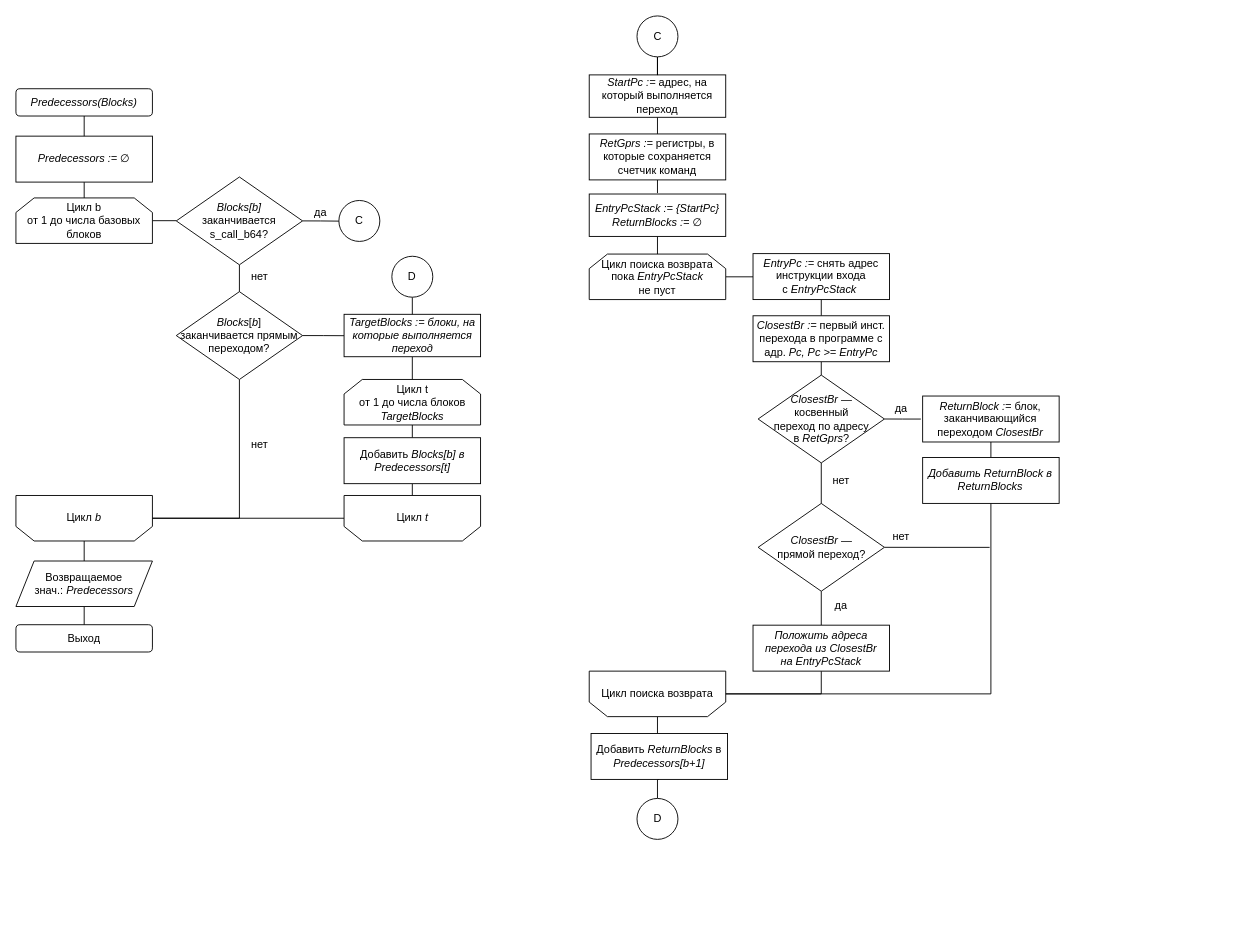
Before: diagrams/alg-cfg.drawio in timlathy/itmo-bachelor-thesis, a draw.io diagram. Source tidied: cells renumbered, new cells numbered last; positions are measured from the earlier drawing's top-left corner, leaving out a move shared by most shapes. Both pictures are drawn from the tidied source at 91%, with x=0, y=0 at pixel (15, 15).
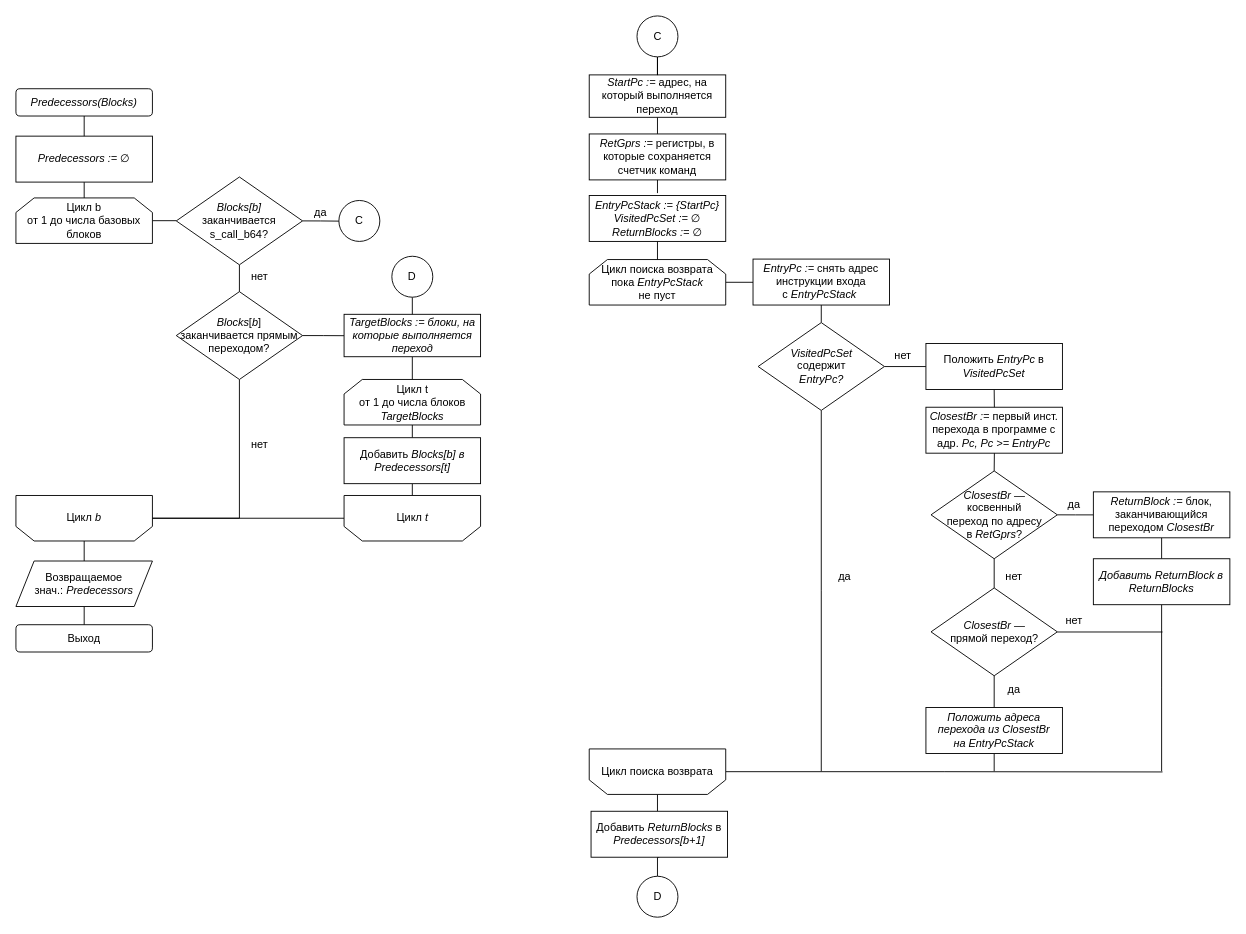
The same diagram, later.

What changed in the source:
```diff
@@
     <mxCell id="19" value="Цикл поиска возврата&lt;br&gt;пока&amp;nbsp;&lt;i&gt;EntryPcStack&lt;/i&gt;&lt;i&gt;&lt;br&gt;&lt;/i&gt;не пуст" style="shape=loopLimit;whiteSpace=wrap;html=1;" parent="1" vertex="1">
-      <mxGeometry x="630" y="261.7" width="150" height="50" as="geometry" />
+      <mxGeometry x="630" y="267.7" width="150" height="50" as="geometry" />
     </mxCell>
-    <mxCell id="20" style="edgeStyle=orthogonalEdgeStyle;rounded=0;jettySize=auto;html=1;exitX=0.5;exitY=1;exitDx=0;exitDy=0;entryX=0.5;entryY=0;entryDx=0;entryDy=0;endArrow=none;endFill=0;" parent="1" edge="1" source="21" target="30">
-      <mxGeometry relative="1" as="geometry" />
-    </mxCell>
+    <mxCell id="68" style="edgeStyle=orthogonalEdgeStyle;rounded=0;jettySize=auto;html=1;exitX=0.5;exitY=1;exitDx=0;exitDy=0;entryX=0.5;entryY=0;entryDx=0;entryDy=0;endArrow=none;endFill=0;" parent="1" edge="1" source="21" target="75">
+      <mxGeometry relative="1" as="geometry" />
+    </mxCell>
     <mxCell id="21" value="&lt;i&gt;EntryPc := &lt;/i&gt;снять адрес инструкции входа с&lt;i&gt;&amp;nbsp;&lt;/i&gt;&lt;i&gt;EntryPcStack&lt;/i&gt;&lt;i&gt;&amp;nbsp;&lt;br&gt;&lt;/i&gt;" style="rounded=0;whiteSpace=wrap;html=1;" parent="1" vertex="1">
-      <mxGeometry x="810" y="261.2" width="150" height="50.5" as="geometry" />
+      <mxGeometry x="810" y="267.2" width="150" height="50.5" as="geometry" />
     </mxCell>
@@
     <mxCell id="23" style="edgeStyle=orthogonalEdgeStyle;rounded=0;jettySize=auto;html=1;exitX=1;exitY=0.5;exitDx=0;exitDy=0;entryX=0;entryY=0.5;entryDx=0;entryDy=0;endArrow=none;endFill=0;" parent="1" edge="1" source="24">
       <mxGeometry relative="1" as="geometry">
-        <mxPoint x="994.4" y="443" as="targetPoint" />
+        <mxPoint x="1184.4" y="548.3" as="targetPoint" />
       </mxGeometry>
     </mxCell>
     <mxCell id="24" value="&lt;i&gt;ClosestBr —&lt;br&gt;&lt;/i&gt;косвенный&lt;br&gt;переход по адресу&lt;br&gt;в &lt;i&gt;RetGprs&lt;/i&gt;?" style="rhombus;whiteSpace=wrap;html=1;" parent="1" vertex="1">
-      <mxGeometry x="815.6" y="394.7" width="138.8" height="96.5" as="geometry" />
+      <mxGeometry x="1005.6" y="500" width="138.8" height="96.5" as="geometry" />
     </mxCell>
@@
-    <mxCell id="27" style="edgeStyle=orthogonalEdgeStyle;rounded=0;jettySize=auto;html=1;exitX=0.5;exitY=1;exitDx=0;exitDy=0;entryX=0.5;entryY=0;entryDx=0;entryDy=0;endArrow=none;endFill=0;" parent="1" edge="1" source="28" target="19">
-      <mxGeometry relative="1" as="geometry" />
+    <mxCell id="27" style="edgeStyle=orthogonalEdgeStyle;rounded=0;jettySize=auto;html=1;exitX=0.5;exitY=1;exitDx=0;exitDy=0;entryX=0.5;entryY=0;entryDx=0;entryDy=0;endArrow=none;endFill=0;" parent="1" edge="1" target="19">
+      <mxGeometry relative="1" as="geometry">
+        <mxPoint x="705" y="242.3" as="sourcePoint" />
+      </mxGeometry>
     </mxCell>
-    <mxCell id="28" value="&lt;i&gt;EntryPcStack := {StartPc}&lt;/i&gt;&lt;i&gt;&lt;br&gt;ReturnBlocks :=&amp;nbsp;&lt;/i&gt;∅&lt;i&gt;&lt;br&gt;&lt;/i&gt;" style="rounded=0;whiteSpace=wrap;html=1;" parent="1" vertex="1">
-      <mxGeometry x="630" y="195.7" width="150" height="46.6" as="geometry" />
-    </mxCell>
-    <mxCell id="29" style="edgeStyle=orthogonalEdgeStyle;rounded=0;jettySize=auto;html=1;exitX=0.5;exitY=1;exitDx=0;exitDy=0;entryX=0.5;entryY=0;entryDx=0;entryDy=0;endArrow=none;endFill=0;" parent="1" edge="1" source="30" target="24">
-      <mxGeometry relative="1" as="geometry" />
+    <mxCell id="29" style="edgeStyle=orthogonalEdgeStyle;rounded=0;jettySize=auto;html=1;exitX=0.5;exitY=1;exitDx=0;exitDy=0;entryX=0.5;entryY=0;entryDx=0;entryDy=0;endArrow=none;endFill=0;" parent="1" edge="1" target="24">
+      <mxGeometry relative="1" as="geometry">
+        <mxPoint x="1075" y="410.5" as="sourcePoint" />
+      </mxGeometry>
     </mxCell>
-    <mxCell id="30" value="&lt;i&gt;ClosestBr := &lt;/i&gt;первый инст. перехода в программе&amp;nbsp;с адр.&lt;i&gt;&amp;nbsp;Pc, Pc &amp;gt;= EntryPc&lt;br&gt;&lt;/i&gt;" style="rounded=0;whiteSpace=wrap;html=1;" parent="1" vertex="1">
-      <mxGeometry x="810" y="329.5" width="150" height="50.5" as="geometry" />
-    </mxCell>
-    <mxCell id="31" style="edgeStyle=orthogonalEdgeStyle;rounded=0;jettySize=auto;html=1;exitX=0.5;exitY=1;exitDx=0;exitDy=0;endArrow=none;endFill=0;entryX=1;entryY=0.5;entryDx=0;entryDy=0;" parent="1" edge="1" source="32" target="36">
-      <mxGeometry relative="1" as="geometry">
-        <Array as="points">
-          <mxPoint x="885" y="745" />
-        </Array>
-      </mxGeometry>
-    </mxCell>
+    <mxCell id="69" style="edgeStyle=orthogonalEdgeStyle;rounded=0;jettySize=auto;html=1;exitX=0.5;exitY=1;exitDx=0;exitDy=0;endArrow=none;endFill=0;" parent="1" edge="1" source="32">
+      <mxGeometry relative="1" as="geometry">
+        <mxPoint x="1075" y="830" as="targetPoint" />
+      </mxGeometry>
+    </mxCell>
     <mxCell id="32" value="&lt;i&gt;Положить адреса перехода из ClosestBr&lt;br&gt;на EntryPcStack&lt;br&gt;&lt;/i&gt;" style="rounded=0;whiteSpace=wrap;html=1;" parent="1" vertex="1">
-      <mxGeometry x="810" y="669.5" width="150" height="50.5" as="geometry" />
+      <mxGeometry x="1000" y="760" width="150" height="50.5" as="geometry" />
     </mxCell>
@@
     <mxCell id="34" value="&lt;i&gt;ReturnBlock := &lt;/i&gt;блок, заканчивающийся переходом&lt;i&gt; ClosestBr&lt;br&gt;&lt;/i&gt;" style="rounded=0;whiteSpace=wrap;html=1;" parent="1" vertex="1">
-      <mxGeometry x="996.4" y="417.7" width="150" height="50.5" as="geometry" />
+      <mxGeometry x="1184" y="523" width="150" height="50.5" as="geometry" />
     </mxCell>
     <mxCell id="35" style="edgeStyle=orthogonalEdgeStyle;rounded=0;jettySize=auto;html=1;exitX=0.5;exitY=1;exitDx=0;exitDy=0;entryX=0.5;entryY=0;entryDx=0;entryDy=0;endArrow=none;endFill=0;" parent="1" edge="1" source="36">
       <mxGeometry relative="1" as="geometry">
-        <mxPoint x="705" y="788.5" as="targetPoint" />
+        <mxPoint x="705" y="874" as="targetPoint" />
       </mxGeometry>
     </mxCell>
+    <mxCell id="70" style="edgeStyle=orthogonalEdgeStyle;rounded=0;jettySize=auto;html=1;exitX=1;exitY=0.5;exitDx=0;exitDy=0;endArrow=none;endFill=0;" parent="1" edge="1" source="36">
+      <mxGeometry relative="1" as="geometry">
+        <mxPoint x="1260" y="830.8" as="targetPoint" />
+      </mxGeometry>
+    </mxCell>
     <mxCell id="36" value="Цикл поиска возврата" style="shape=loopLimit;whiteSpace=wrap;html=1;flipV=1;" parent="1" vertex="1">
-      <mxGeometry x="630" y="720" width="150" height="50" as="geometry" />
+      <mxGeometry x="630" y="805.5" width="150" height="50" as="geometry" />
     </mxCell>
     <mxCell id="37" value="да" style="text;html=1;strokeColor=none;fillColor=none;align=center;verticalAlign=middle;whiteSpace=wrap;rounded=0;" parent="1" vertex="1">
-      <mxGeometry x="953.4" y="421.5" width="40" height="20" as="geometry" />
+      <mxGeometry x="1143.4" y="526.8" width="40" height="20" as="geometry" />
     </mxCell>
     <mxCell id="38" value="нет" style="text;html=1;strokeColor=none;fillColor=none;align=center;verticalAlign=middle;whiteSpace=wrap;rounded=0;" parent="1" vertex="1">
-      <mxGeometry x="887" y="500.5" width="40" height="20" as="geometry" />
+      <mxGeometry x="1077" y="605.8" width="40" height="20" as="geometry" />
     </mxCell>
@@
     <mxCell id="40" value="Добавить&lt;i&gt; ReturnBlocks &lt;/i&gt;в&lt;i&gt; Predecessors[b+1]&lt;br&gt;&lt;/i&gt;" style="rounded=0;whiteSpace=wrap;html=1;" parent="1" vertex="1">
-      <mxGeometry x="632" y="788.5" width="150" height="50.5" as="geometry" />
+      <mxGeometry x="632" y="874" width="150" height="50.5" as="geometry" />
     </mxCell>
-    <mxCell id="41" style="edgeStyle=orthogonalEdgeStyle;rounded=0;jettySize=auto;html=1;exitX=0.5;exitY=1;exitDx=0;exitDy=0;entryX=1;entryY=0.5;entryDx=0;entryDy=0;endArrow=none;endFill=0;" parent="1" edge="1" source="42" target="36">
-      <mxGeometry relative="1" as="geometry" />
-    </mxCell>
+    <mxCell id="71" style="edgeStyle=orthogonalEdgeStyle;rounded=0;jettySize=auto;html=1;exitX=0.5;exitY=1;exitDx=0;exitDy=0;endArrow=none;endFill=0;" parent="1" edge="1" source="42">
+      <mxGeometry relative="1" as="geometry">
+        <mxPoint x="1259" y="830" as="targetPoint" />
+      </mxGeometry>
+    </mxCell>
     <mxCell id="42" value="&lt;i&gt;Добавить ReturnBlock в ReturnBlocks&lt;br&gt;&lt;/i&gt;" style="rounded=0;whiteSpace=wrap;html=1;" parent="1" vertex="1">
-      <mxGeometry x="996.4" y="485.2" width="150" height="50.5" as="geometry" />
+      <mxGeometry x="1184" y="596.5" width="150" height="50.5" as="geometry" />
     </mxCell>
@@
     <mxCell id="62" value="D" style="ellipse;whiteSpace=wrap;html=1;" parent="1" vertex="1">
-      <mxGeometry x="682.5" y="859.9" width="45" height="45" as="geometry" />
+      <mxGeometry x="682.5" y="945.4" width="45" height="45" as="geometry" />
     </mxCell>
     <mxCell id="63" style="edgeStyle=orthogonalEdgeStyle;rounded=0;jettySize=auto;html=1;exitX=1;exitY=0.5;exitDx=0;exitDy=0;endArrow=none;endFill=0;" parent="1" edge="1" source="64">
       <mxGeometry relative="1" as="geometry">
-        <mxPoint x="1070" y="584" as="targetPoint" />
+        <mxPoint x="1260" y="677" as="targetPoint" />
+        <Array as="points">
+          <mxPoint x="1260" y="677" />
+        </Array>
       </mxGeometry>
     </mxCell>
     <mxCell id="64" value="&lt;i&gt;ClosestBr —&lt;br&gt;&lt;/i&gt;прямой переход?" style="rhombus;whiteSpace=wrap;html=1;" parent="1" vertex="1">
-      <mxGeometry x="815.6" y="535.7" width="138.8" height="96.5" as="geometry" />
+      <mxGeometry x="1005.6" y="628.6" width="138.8" height="96.5" as="geometry" />
     </mxCell>
@@
     <mxCell id="66" value="нет" style="text;html=1;strokeColor=none;fillColor=none;align=center;verticalAlign=middle;whiteSpace=wrap;rounded=0;" parent="1" vertex="1">
-      <mxGeometry x="953.4" y="561.5" width="40" height="20" as="geometry" />
+      <mxGeometry x="1143.4" y="655" width="40" height="20" as="geometry" />
     </mxCell>
     <mxCell id="67" value="да" style="text;html=1;strokeColor=none;fillColor=none;align=center;verticalAlign=middle;whiteSpace=wrap;rounded=0;" parent="1" vertex="1">
-      <mxGeometry x="887" y="637.6" width="40" height="20" as="geometry" />
+      <mxGeometry x="1077" y="730" width="40" height="20" as="geometry" />
     </mxCell>
+    <mxCell id="72" value="&lt;i&gt;EntryPcStack := {StartPc}&lt;br&gt;&lt;/i&gt;&lt;i&gt;VisitedPcSet :=&amp;nbsp;&lt;/i&gt;∅&lt;i&gt;&lt;br&gt;ReturnBlocks :=&amp;nbsp;&lt;/i&gt;∅&lt;i&gt;&lt;br&gt;&lt;/i&gt;" style="rounded=0;whiteSpace=wrap;html=1;" parent="1" vertex="1">
+      <mxGeometry x="630" y="197.3" width="150" height="50.5" as="geometry" />
+    </mxCell>
+    <mxCell id="73" style="edgeStyle=orthogonalEdgeStyle;rounded=0;orthogonalLoop=1;jettySize=auto;html=1;exitX=1;exitY=0.5;exitDx=0;exitDy=0;entryX=0;entryY=0.5;entryDx=0;entryDy=0;endArrow=none;endFill=0;" parent="1" edge="1">
+      <mxGeometry relative="1" as="geometry">
+        <mxPoint x="954.4" y="385.3" as="sourcePoint" />
+        <mxPoint x="1000" y="385.3" as="targetPoint" />
+      </mxGeometry>
+    </mxCell>
+    <mxCell id="74" style="edgeStyle=orthogonalEdgeStyle;rounded=0;jettySize=auto;html=1;exitX=0.5;exitY=1;exitDx=0;exitDy=0;endArrow=none;endFill=0;" parent="1" edge="1" source="75">
+      <mxGeometry relative="1" as="geometry">
+        <mxPoint x="885" y="830" as="targetPoint" />
+      </mxGeometry>
+    </mxCell>
+    <mxCell id="75" value="&lt;i&gt;VisitedPcSet&lt;/i&gt;&lt;br&gt;содержит&lt;br&gt;&lt;i&gt;EntryPc?&lt;/i&gt;" style="rhombus;whiteSpace=wrap;html=1;" parent="1" vertex="1">
+      <mxGeometry x="815.6" y="337" width="138.8" height="96.5" as="geometry" />
+    </mxCell>
+    <mxCell id="76" value="Положить&lt;i&gt; EntryPc&lt;/i&gt; в&lt;i&gt; VisitedPcSet&lt;br&gt;&lt;/i&gt;" style="rounded=0;whiteSpace=wrap;html=1;" parent="1" vertex="1">
+      <mxGeometry x="1000" y="360" width="150" height="50.5" as="geometry" />
+    </mxCell>
+    <mxCell id="30" value="&lt;i&gt;ClosestBr := &lt;/i&gt;первый инст. перехода в программе&amp;nbsp;с адр.&lt;i&gt;&amp;nbsp;Pc, Pc &amp;gt;= EntryPc&lt;br&gt;&lt;/i&gt;" style="rounded=0;whiteSpace=wrap;html=1;" parent="1" vertex="1">
+      <mxGeometry x="1000" y="430" width="150" height="50.5" as="geometry" />
+    </mxCell>
+    <mxCell id="77" value="нет" style="text;html=1;strokeColor=none;fillColor=none;align=center;verticalAlign=middle;whiteSpace=wrap;rounded=0;" parent="1" vertex="1">
+      <mxGeometry x="955.4" y="364" width="40" height="20" as="geometry" />
+    </mxCell>
+    <mxCell id="78" value="да" style="text;html=1;strokeColor=none;fillColor=none;align=center;verticalAlign=middle;whiteSpace=wrap;rounded=0;" parent="1" vertex="1">
+      <mxGeometry x="891" y="605.8" width="40" height="20" as="geometry" />
+    </mxCell>
```
